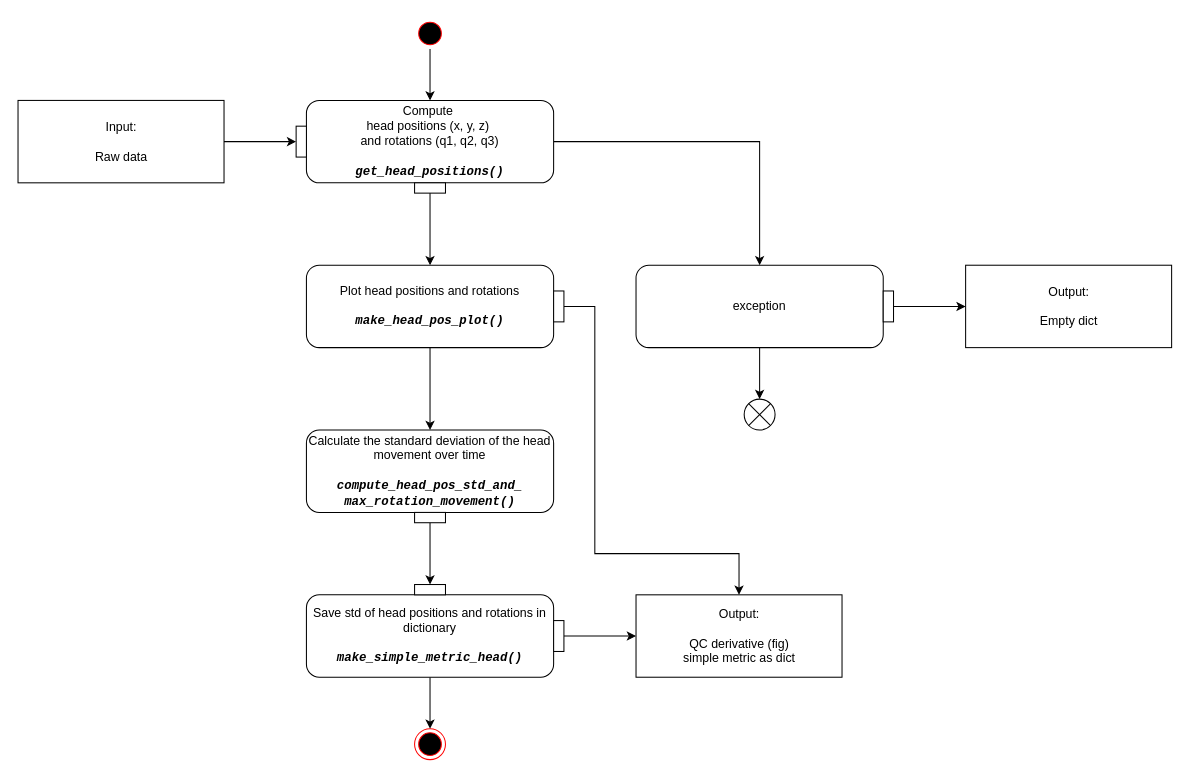
Before: docs and diagrams/Head_UML2.5.drawio in oldgandalf/MEGqcJorge, a draw.io diagram. Source tidied: cells renumbered, new cells numbered last; positions are measured from the earlier drawing's top-left corner, leaving out a move shared by most shapes. Both pictures are drawn from the tidied source at 103%, with x=0, y=0 at pixel (18, 18).
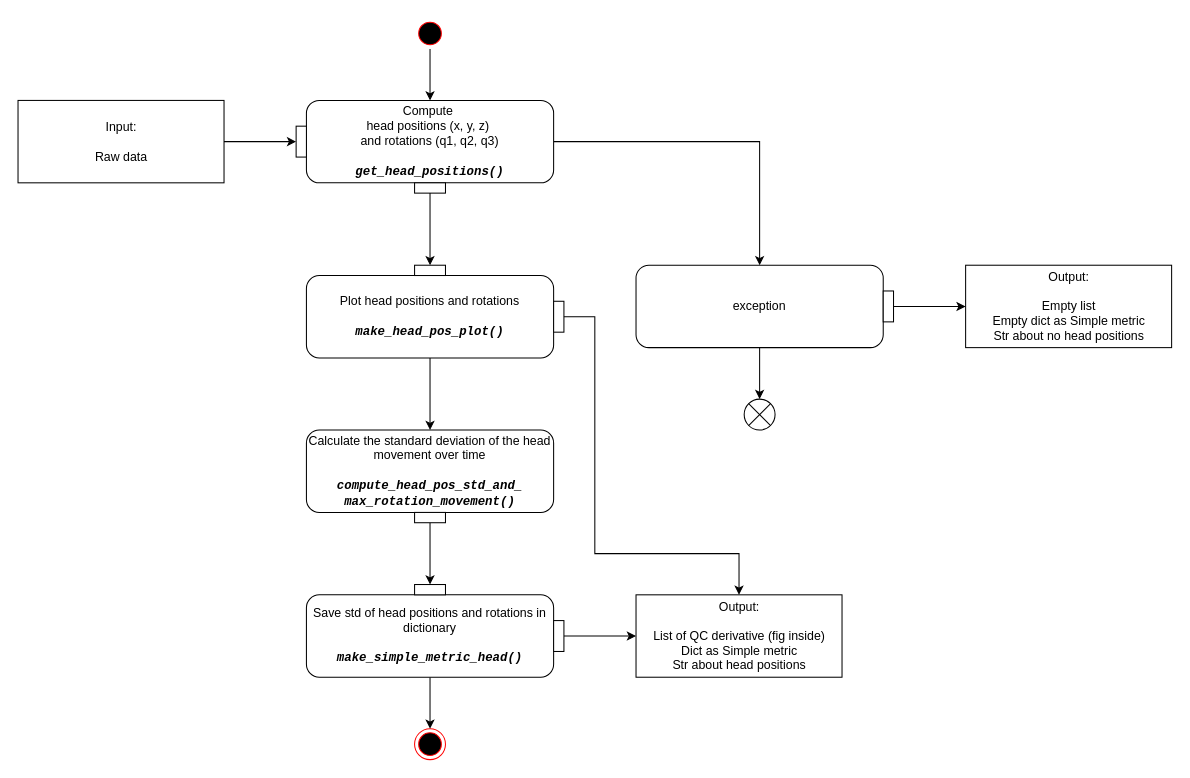
The same page after the edit.

Commit message (it also covers changes not shown here):
upd head uml

Unchanged cells that the change refers to:
```xml
<mxCell id="21" value="pinOut 2" style="fontStyle=0;labelPosition=center;verticalLabelPosition=bottom;align=center;verticalAlign=top;spacingLeft=2;fontFamily=Helvetica;fontSize=12;noLabel=1;" parent="19" vertex="1">
  <mxGeometry x="115" y="80" width="30" height="10" as="geometry" />
</mxCell>
<mxCell id="30" value="&lt;div&gt;Calculate the standard deviation of the head movement over time&lt;/div&gt;&lt;br&gt;&lt;div&gt;&lt;font face=&quot;Courier New&quot;&gt;&lt;b&gt;&lt;i&gt;compute_head_pos_std_and_&lt;/i&gt;&lt;/b&gt;&lt;/font&gt;&lt;/div&gt;&lt;div&gt;&lt;b style=&quot;font-family: &amp;quot;Courier New&amp;quot;; background-color: initial;&quot;&gt;&lt;i&gt;max_rotation_movement()&lt;/i&gt;&lt;/b&gt;&lt;br&gt;&lt;/div&gt;" style="html=1;align=center;verticalAlign=middle;rounded=1;absoluteArcSize=1;arcSize=25;dashed=0;fontFamily=Helvetica;fontSize=12;whiteSpace=wrap;noLabel=0;imageAlign=center;" parent="29" vertex="1">
  <mxGeometry width="240" height="80" as="geometry" />
</mxCell>
```

Change to the diagram source:
```diff
@@
-    <mxCell id="4" value="Output:&lt;br&gt;&lt;br&gt;QC derivative (fig)&lt;br&gt;simple metric as dict" style="html=1;dashed=0;fontFamily=Helvetica;fontSize=12;fontColor=rgb(0, 0, 0);align=center;strokeColor=rgb(0, 0, 0);fillColor=rgb(255, 255, 255);" parent="1" vertex="1">
+    <mxCell id="4" value="Output:&lt;br&gt;&lt;br&gt;List of QC derivative (fig inside)&lt;br&gt;Dict as Simple metric&lt;br&gt;Str about head positions" style="html=1;dashed=0;fontFamily=Helvetica;fontSize=12;fontColor=rgb(0, 0, 0);align=center;strokeColor=rgb(0, 0, 0);fillColor=rgb(255, 255, 255);" parent="1" vertex="1">
       <mxGeometry x="600" y="560" width="200" height="80" as="geometry" />
     </mxCell>
@@
-    <mxCell id="9" style="edgeStyle=orthogonalEdgeStyle;rounded=0;jettySize=auto;html=1;fontFamily=Courier New;fontSize=12;" parent="1" edge="1" source="21" target="24">
-      <mxGeometry relative="1" as="geometry" />
-    </mxCell>
-    <mxCell id="10" value="Output:&lt;br&gt;&lt;br&gt;Empty dict" style="html=1;dashed=0;fontFamily=Helvetica;fontSize=12;fontColor=rgb(0, 0, 0);align=center;strokeColor=rgb(0, 0, 0);fillColor=rgb(255, 255, 255);" parent="1" vertex="1">
+    <mxCell id="10" value="Output:&lt;br&gt;&lt;br&gt;Empty list&lt;br&gt;Empty dict as Simple metric&lt;br&gt;Str about no head positions" style="html=1;dashed=0;fontFamily=Helvetica;fontSize=12;fontColor=rgb(0, 0, 0);align=center;strokeColor=rgb(0, 0, 0);fillColor=rgb(255, 255, 255);" parent="1" vertex="1">
       <mxGeometry x="920" y="240" width="200" height="80" as="geometry" />
     </mxCell>
@@
-    <mxCell id="13" style="edgeStyle=orthogonalEdgeStyle;rounded=0;jettySize=auto;html=1;fontFamily=Courier New;fontSize=12;" parent="1" edge="1" source="24" target="30">
-      <mxGeometry relative="1" as="geometry" />
-    </mxCell>
@@
-    <mxCell id="18" style="edgeStyle=orthogonalEdgeStyle;rounded=0;jettySize=auto;html=1;exitX=1;exitY=0.5;exitDx=0;exitDy=0;entryX=0.5;entryY=0;entryDx=0;entryDy=0;fontFamily=Courier New;fontSize=12;" parent="1" edge="1" source="25" target="4">
-      <mxGeometry relative="1" as="geometry">
-        <Array as="points">
-          <mxPoint x="560" y="280" />
-          <mxPoint x="560" y="520" />
-          <mxPoint x="700" y="520" />
-        </Array>
-      </mxGeometry>
-    </mxCell>
@@
-    <mxCell id="23" style="group;" parent="1" vertex="1">
-      <mxGeometry x="280" y="240" width="250" height="80" as="geometry" />
-    </mxCell>
-    <mxCell id="24" value="&lt;div&gt;Plot head positions and rotations&lt;/div&gt;&lt;br&gt;&lt;font face=&quot;Courier New&quot;&gt;&lt;b&gt;&lt;i&gt;make_head_pos_plot()&lt;/i&gt;&lt;/b&gt;&lt;/font&gt;" style="html=1;align=center;verticalAlign=middle;rounded=1;absoluteArcSize=1;arcSize=25;dashed=0;fontFamily=Helvetica;fontSize=12;whiteSpace=wrap;noLabel=0;imageAlign=center;" parent="23" vertex="1">
-      <mxGeometry width="240" height="80" as="geometry" />
-    </mxCell>
-    <mxCell id="25" value="pinOut 1" style="fontStyle=0;labelPosition=right;verticalLabelPosition=middle;align=left;verticalAlign=middle;spacingLeft=2;fontFamily=Helvetica;fontSize=12;noLabel=1;" parent="23" vertex="1">
-      <mxGeometry x="240" y="25" width="10" height="30" as="geometry" />
-    </mxCell>
@@
+    <mxCell id="36" style="group;flipH=1;" parent="1" vertex="1">
+      <mxGeometry x="280" y="240" width="250" height="90" as="geometry" />
+    </mxCell>
+    <mxCell id="24" value="&lt;div style=&quot;border-color: var(--border-color);&quot;&gt;Plot head positions and rotations&lt;/div&gt;&lt;br style=&quot;border-color: var(--border-color);&quot;&gt;&lt;font style=&quot;border-color: var(--border-color);&quot; face=&quot;Courier New&quot;&gt;&lt;b style=&quot;border-color: var(--border-color);&quot;&gt;&lt;i style=&quot;border-color: var(--border-color);&quot;&gt;make_head_pos_plot()&lt;/i&gt;&lt;/b&gt;&lt;/font&gt;" style="html=1;align=center;verticalAlign=middle;rounded=1;absoluteArcSize=1;arcSize=25;dashed=0;fontFamily=Helvetica;fontSize=12;whiteSpace=wrap;noLabel=0;imageAlign=center;" parent="36" vertex="1">
+      <mxGeometry y="10" width="240" height="80" as="geometry" />
+    </mxCell>
+    <mxCell id="37" value="pinIn 2" style="fontStyle=0;labelPosition=left;verticalLabelPosition=middle;align=right;verticalAlign=middle;spacingLeft=2;fontFamily=Helvetica;fontSize=12;flipH=0;noLabel=1;" parent="36" vertex="1">
+      <mxGeometry x="240" y="35" width="10" height="30" as="geometry" />
+    </mxCell>
+    <mxCell id="38" value="pinIn 1" style="fontStyle=0;labelPosition=center;verticalLabelPosition=top;align=center;verticalAlign=bottom;spacingLeft=2;fontFamily=Helvetica;fontSize=12;noLabel=1;" parent="36" vertex="1">
+      <mxGeometry x="105" width="30" height="10" as="geometry" />
+    </mxCell>
+    <mxCell id="39" style="edgeStyle=orthogonalEdgeStyle;rounded=0;jettySize=auto;html=1;" parent="1" edge="1" source="21" target="38">
+      <mxGeometry relative="1" as="geometry" />
+    </mxCell>
+    <mxCell id="13" style="edgeStyle=orthogonalEdgeStyle;rounded=0;jettySize=auto;html=1;" parent="1" edge="1" source="24" target="30">
+      <mxGeometry relative="1" as="geometry" />
+    </mxCell>
+    <mxCell id="40" style="edgeStyle=orthogonalEdgeStyle;rounded=0;jettySize=auto;html=1;entryX=0.5;entryY=0;entryDx=0;entryDy=0;" parent="1" edge="1" source="37" target="4">
+      <mxGeometry relative="1" as="geometry">
+        <Array as="points">
+          <mxPoint x="560" y="290" />
+          <mxPoint x="560" y="520" />
+          <mxPoint x="700" y="520" />
+        </Array>
+      </mxGeometry>
+    </mxCell>
```
